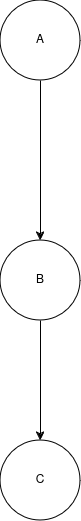
The draw.io diagram AI_HW1_Q6_1.drawio.png in Kreindel/AI-assigment, before a commit. Source tidied: cells renumbered, new cells last; positions are measured from the earlier drawing's top-left corner, leaving out a move shared by most shapes.
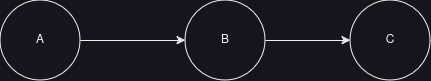
The same file after the commit.

What changed in the source:
```diff
@@ -6,15 +6,15 @@
       <mxGeometry width="80" height="80" as="geometry" />
     </mxCell>
     <mxCell id="3" value="B" style="ellipse;whiteSpace=wrap;html=1;" parent="1" vertex="1">
-      <mxGeometry y="240" width="80" height="80" as="geometry" />
+      <mxGeometry x="185" width="80" height="80" as="geometry" />
     </mxCell>
-    <mxCell id="4" style="endArrow=classic;html=1;rounded=0;exitX=0.5;exitY=1;exitDx=0;exitDy=0;entryX=0.5;entryY=0;entryDx=0;entryDy=0;" parent="1" edge="1" source="2" target="3">
+    <mxCell id="4" style="endArrow=classic;html=1;rounded=0;exitX=1;exitY=0.5;exitDx=0;exitDy=0;entryX=0;entryY=0.5;entryDx=0;entryDy=0;" parent="1" edge="1" source="2" target="3">
       <mxGeometry relative="1" as="geometry" />
     </mxCell>
     <mxCell id="5" value="C" style="ellipse;whiteSpace=wrap;html=1;" parent="1" vertex="1">
-      <mxGeometry y="440" width="80" height="80" as="geometry" />
+      <mxGeometry x="350" width="80" height="80" as="geometry" />
     </mxCell>
-    <mxCell id="6" style="endArrow=classic;html=1;rounded=0;exitX=0.5;exitY=1;exitDx=0;exitDy=0;entryX=0.5;entryY=0;entryDx=0;entryDy=0;" parent="1" edge="1" source="3" target="5">
+    <mxCell id="6" style="endArrow=classic;html=1;rounded=0;exitX=1;exitY=0.5;exitDx=0;exitDy=0;" parent="1" edge="1" source="3" target="5">
       <mxGeometry relative="1" as="geometry" />
     </mxCell>
   </root>
```
